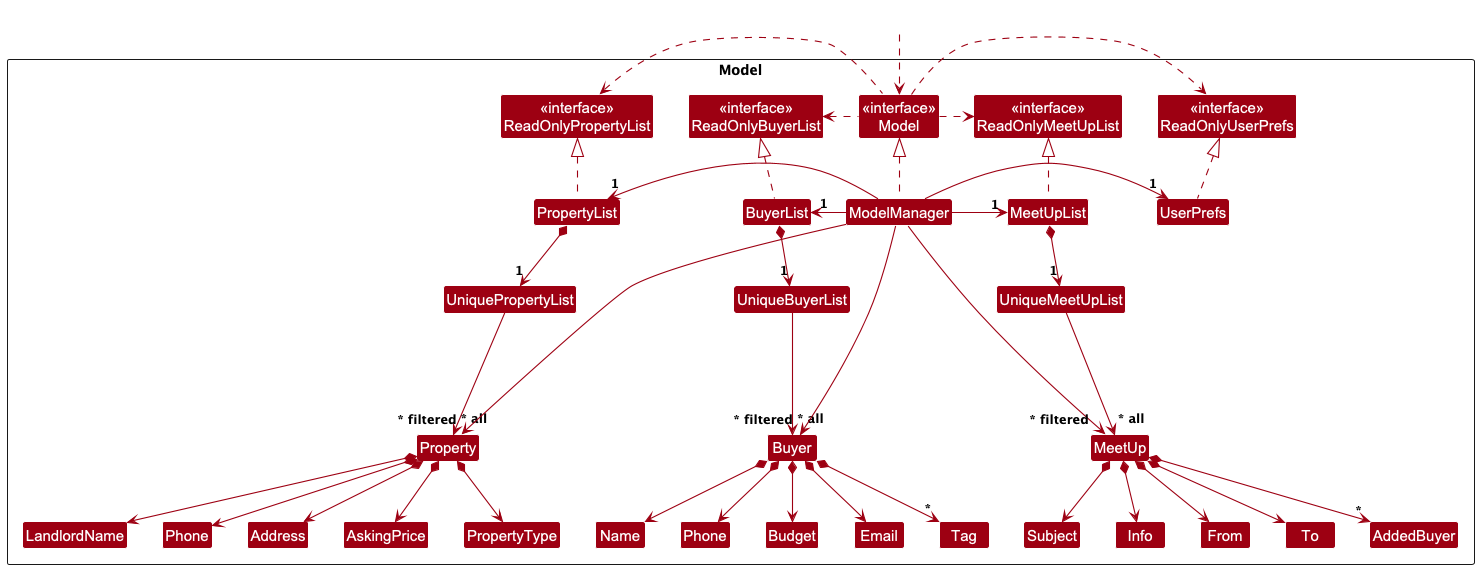
Before: docs/images/ModelClassDiagram.png, a diagram exported from PlantUML (nus-cs2103-AY2425S1/tp).
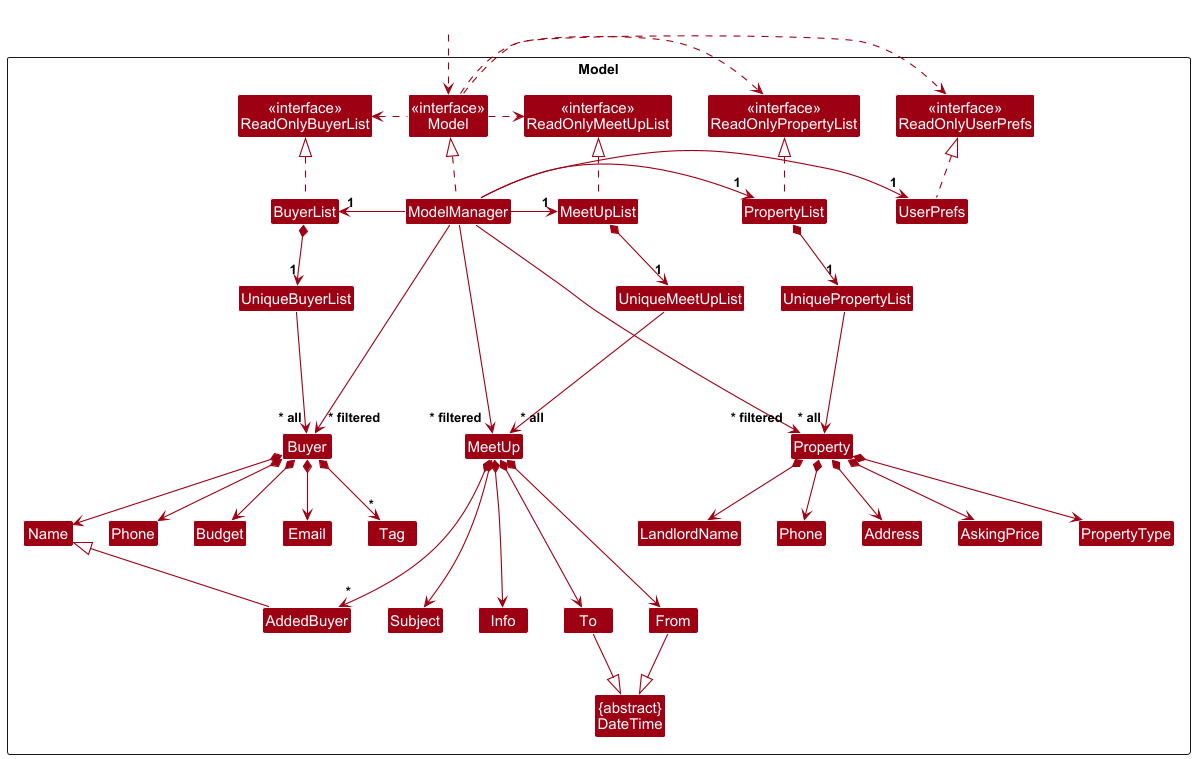
The same file after the commit.

Commit message:
Update model uml

What changed in the source:
```diff
@@ -28,6 +28,7 @@
 Class MeetUp
 Class Subject
 Class Info
+Class "{abstract}\nDateTime" as DateTime
 Class From
 Class To
 Class AddedBuyer
@@ -84,6 +85,9 @@
 MeetUp *--> From
 MeetUp *--> To
 MeetUp *--> "*" AddedBuyer
+AddedBuyer -up-|> Name
+From --|> DateTime
+To --|> DateTime
 
 Buyer -[hidden]up--> I
 UniqueBuyerList -[hidden]right-> I
@@ -103,10 +107,11 @@
 Address -[hidden]right-> AskingPrice
 AskingPrice -[hidden]right-> PropertyType
 
+Buyer -[hidden]left-> MeetUp
+AddedBuyer -[hidden]right-> Subject
 Subject -[hidden]right-> Info
 Info -[hidden]right-> From
 From -[hidden]right-> To
-To -[hidden]right-> AddedBuyer
 
 ModelManager --> "~* filtered" Buyer
 ModelManager --> "~* filtered" Property
```
